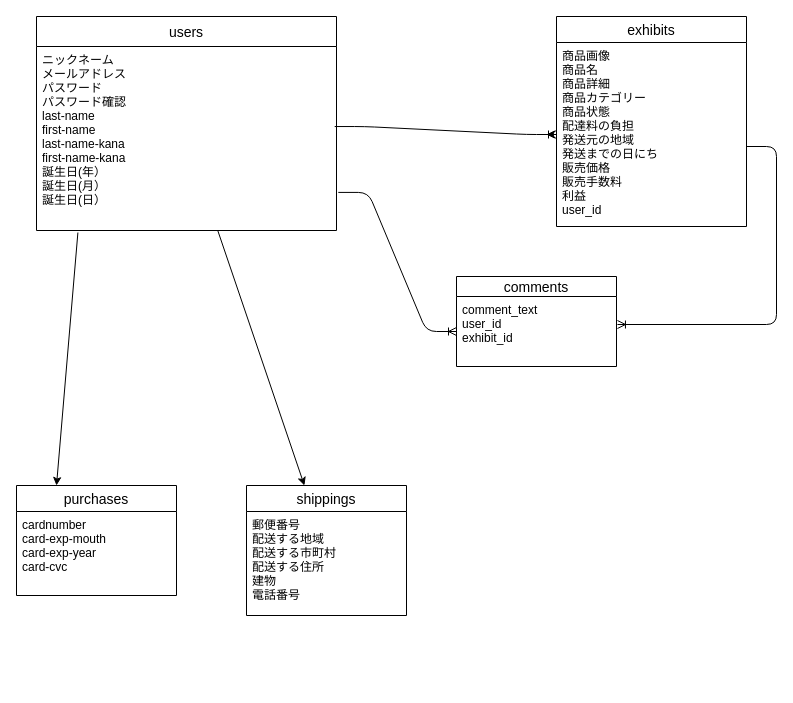
Earlier version of the draw.io diagram test.dio (youuoyman/furima-38285). Source tidied: cells renumbered, new cells numbered last; positions are measured from the earlier drawing's top-left corner, leaving out a move shared by most shapes. Both pictures are drawn from the tidied source at 100%, with x=0, y=0 at pixel (16, 16).
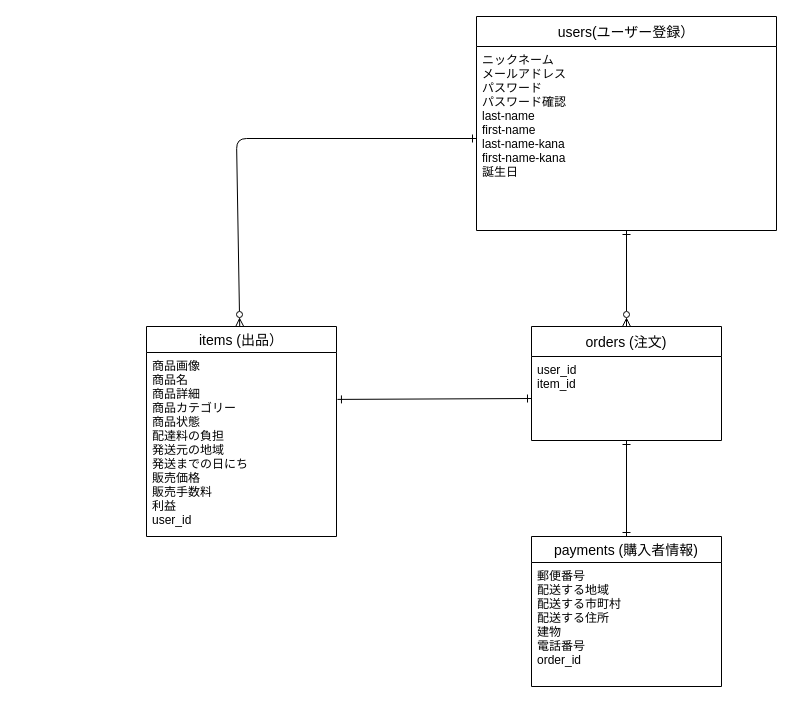
Above is the later version.

The edit, as a diff of the source:
```diff
@@
 <mxGraphModel>
   <root>
     <mxCell id="0" />
     <mxCell id="1" parent="0" />
-    <mxCell id="2" value="users" style="swimlane;fontStyle=0;horizontal=1;startSize=30;align=center;fontSize=14;" parent="1" vertex="1">
-      <mxGeometry x="20" width="300" height="214" as="geometry" />
+    <mxCell id="2" value="users(ユーザー登録）" style="swimlane;fontStyle=0;horizontal=1;startSize=30;align=center;fontSize=14;" parent="1" vertex="1">
+      <mxGeometry x="460" width="300" height="214" as="geometry" />
     </mxCell>
-    <mxCell id="3" value="ニックネーム&#10;メールアドレス&#10;パスワード&#10;パスワード確認&#10;last-name&#10;first-name&#10;last-name-kana&#10;first-name-kana&#10;誕生日(年）&#10;誕生日(月）&#10;誕生日(日）&#10;" style="text;strokeColor=none;fillColor=none;spacingLeft=4;spacingRight=4;overflow=hidden;points=[[0,0.5],[1,0.5]];portConstraint=eastwest;fontSize=12;" parent="2" vertex="1">
+    <mxCell id="3" value="ニックネーム&#10;メールアドレス&#10;パスワード&#10;パスワード確認&#10;last-name&#10;first-name&#10;last-name-kana&#10;first-name-kana&#10;誕生日&#10;" style="text;strokeColor=none;fillColor=none;spacingLeft=4;spacingRight=4;overflow=hidden;points=[[0,0.5],[1,0.5]];portConstraint=eastwest;fontSize=12;" parent="2" vertex="1">
       <mxGeometry y="30" width="300" height="184" as="geometry" />
     </mxCell>
+    <mxCell id="18" style="edgeStyle=none;html=1;entryX=0;entryY=0.5;entryDx=0;entryDy=0;startArrow=ERzeroToMany;startFill=0;endArrow=ERone;endFill=0;" parent="1" edge="1" source="4" target="3">
+      <mxGeometry relative="1" as="geometry">
+        <Array as="points">
+          <mxPoint x="220" y="122" />
+        </Array>
+      </mxGeometry>
+    </mxCell>
-    <mxCell id="4" value="exhibits" style="swimlane;fontStyle=0;horizontal=1;startSize=26;align=center;fontSize=14;" parent="1" vertex="1">
-      <mxGeometry x="540" width="190" height="210" as="geometry" />
+    <mxCell id="4" value="items (出品）" style="swimlane;fontStyle=0;horizontal=1;startSize=26;align=center;fontSize=14;" parent="1" vertex="1">
+      <mxGeometry x="130" y="310" width="190" height="210" as="geometry" />
     </mxCell>
-    <mxCell id="5" value="comments" style="swimlane;fontStyle=0;horizontal=1;startSize=20;align=center;fontSize=14;" parent="1" vertex="1">
-      <mxGeometry x="440" y="260" width="160" height="90" as="geometry" />
-    </mxCell>
-    <mxCell id="6" value="comment_text&#10;user_id&#10;exhibit_id" style="text;strokeColor=none;fillColor=none;spacingLeft=4;spacingRight=4;overflow=hidden;points=[[0,0.5],[1,0.5]];portConstraint=eastwest;fontSize=12;" parent="5" vertex="1">
-      <mxGeometry y="20" width="160" height="70" as="geometry" />
-    </mxCell>
+    <mxCell id="16" value="商品画像&#10;商品名&#10;商品詳細&#10;商品カテゴリー&#10;商品状態&#10;配達料の負担&#10;発送元の地域&#10;発送までの日にち&#10;販売価格&#10;販売手数料&#10;利益&#10;user_id&#10;" style="text;strokeColor=none;fillColor=none;spacingLeft=4;spacingRight=4;overflow=hidden;points=[[0,0.5],[1,0.5]];portConstraint=eastwest;fontSize=12;" parent="4" vertex="1">
+      <mxGeometry y="26" width="190" height="184" as="geometry" />
+    </mxCell>
-    <mxCell id="7" value="purchases" style="swimlane;fontStyle=0;horizontal=1;startSize=26;align=center;fontSize=14;" parent="1" vertex="1">
-      <mxGeometry y="469" width="160" height="110" as="geometry" />
+    <mxCell id="7" value="orders (注文)" style="swimlane;fontStyle=0;horizontal=1;startSize=30;align=center;fontSize=14;" parent="1" vertex="1">
+      <mxGeometry x="515" y="310" width="190" height="114" as="geometry" />
     </mxCell>
-    <mxCell id="8" value="cardnumber&#10;card-exp-mouth&#10;card-exp-year&#10;card-cvc" style="text;strokeColor=none;fillColor=none;spacingLeft=4;spacingRight=4;overflow=hidden;points=[[0,0.5],[1,0.5]];portConstraint=eastwest;fontSize=12;" parent="7" vertex="1">
-      <mxGeometry y="26" width="160" height="84" as="geometry" />
+    <mxCell id="8" value="user_id&#10;item_id" style="text;strokeColor=none;fillColor=none;spacingLeft=4;spacingRight=4;overflow=hidden;points=[[0,0.5],[1,0.5]];portConstraint=eastwest;fontSize=12;" parent="7" vertex="1">
+      <mxGeometry y="30" width="190" height="84" as="geometry" />
     </mxCell>
-    <mxCell id="9" value="shippings" style="swimlane;fontStyle=0;horizontal=1;startSize=26;align=center;fontSize=14;" parent="1" vertex="1">
-      <mxGeometry x="230" y="469" width="160" height="130" as="geometry" />
+    <mxCell id="9" value="payments (購入者情報)" style="swimlane;fontStyle=0;horizontal=1;startSize=26;align=center;fontSize=14;" parent="1" vertex="1">
+      <mxGeometry x="515" y="520" width="190" height="150" as="geometry" />
     </mxCell>
-    <mxCell id="10" value="郵便番号&#10;配送する地域&#10;配送する市町村&#10;配送する住所&#10;建物&#10;電話番号&#10;" style="text;strokeColor=none;fillColor=none;spacingLeft=4;spacingRight=4;overflow=hidden;fontSize=12;" parent="9" vertex="1">
-      <mxGeometry y="26" width="160" height="104" as="geometry" />
+    <mxCell id="10" value="郵便番号&#10;配送する地域&#10;配送する市町村&#10;配送する住所&#10;建物&#10;電話番号&#10;order_id" style="text;strokeColor=none;fillColor=none;spacingLeft=4;spacingRight=4;overflow=hidden;fontSize=12;" parent="9" vertex="1">
+      <mxGeometry y="26" width="190" height="124" as="geometry" />
     </mxCell>
-    <mxCell id="11" style="edgeStyle=entityRelationEdgeStyle;fontSize=12;html=1;endArrow=ERoneToMany;entryX=0;entryY=0.5;entryDx=0;entryDy=0;exitX=0.994;exitY=0.435;exitDx=0;exitDy=0;exitPerimeter=0;" parent="1" edge="1" source="3" target="16">
-      <mxGeometry relative="1" as="geometry" />
-    </mxCell>
-    <mxCell id="12" style="edgeStyle=entityRelationEdgeStyle;fontSize=12;html=1;endArrow=ERoneToMany;entryX=1.006;entryY=0.4;entryDx=0;entryDy=0;entryPerimeter=0;" parent="1" edge="1" target="6">
-      <mxGeometry relative="1" as="geometry">
-        <mxPoint x="730" y="130" as="sourcePoint" />
-      </mxGeometry>
-    </mxCell>
-    <mxCell id="13" style="edgeStyle=entityRelationEdgeStyle;fontSize=12;html=1;endArrow=ERoneToMany;entryX=0;entryY=0.5;entryDx=0;entryDy=0;exitX=1.006;exitY=0.793;exitDx=0;exitDy=0;exitPerimeter=0;" parent="1" edge="1" source="3" target="6">
-      <mxGeometry relative="1" as="geometry" />
-    </mxCell>
-    <mxCell id="14" style="edgeStyle=none;html=1;exitX=0.138;exitY=1.011;exitDx=0;exitDy=0;exitPerimeter=0;entryX=0.25;entryY=0;entryDx=0;entryDy=0;" parent="1" edge="1" source="3" target="7">
+    <mxCell id="14" style="edgeStyle=none;html=1;entryX=0.5;entryY=0;entryDx=0;entryDy=0;startArrow=ERone;startFill=0;endArrow=ERzeroToMany;endFill=0;" parent="1" edge="1" source="3" target="7">
       <mxGeometry relative="1" as="geometry" />
     </mxCell>
-    <mxCell id="15" style="edgeStyle=none;html=1;exitX=0;exitY=0.5;exitDx=0;exitDy=0;" parent="1" edge="1" source="16">
-      <mxGeometry relative="1" as="geometry">
-        <mxPoint x="530" y="118" as="targetPoint" />
-      </mxGeometry>
-    </mxCell>
-    <mxCell id="16" value="商品画像&#10;商品名&#10;商品詳細&#10;商品カテゴリー&#10;商品状態&#10;配達料の負担&#10;発送元の地域&#10;発送までの日にち&#10;販売価格&#10;販売手数料&#10;利益&#10;user_id&#10;" style="text;strokeColor=none;fillColor=none;spacingLeft=4;spacingRight=4;overflow=hidden;points=[[0,0.5],[1,0.5]];portConstraint=eastwest;fontSize=12;" parent="1" vertex="1">
-      <mxGeometry x="540" y="26" width="190" height="184" as="geometry" />
-    </mxCell>
-    <mxCell id="17" style="edgeStyle=none;html=1;" parent="1" edge="1" source="3" target="9">
-      <mxGeometry relative="1" as="geometry" />
-    </mxCell>
+    <mxCell id="19" style="edgeStyle=none;html=1;entryX=0;entryY=0.5;entryDx=0;entryDy=0;startArrow=ERone;startFill=0;endArrow=ERone;endFill=0;exitX=1.005;exitY=0.255;exitDx=0;exitDy=0;exitPerimeter=0;" parent="1" edge="1" source="16" target="8">
+      <mxGeometry relative="1" as="geometry" />
+    </mxCell>
+    <mxCell id="20" style="edgeStyle=none;html=1;entryX=0.5;entryY=0;entryDx=0;entryDy=0;startArrow=ERone;startFill=0;endArrow=ERone;endFill=0;" parent="1" edge="1" source="8" target="9">
+      <mxGeometry relative="1" as="geometry" />
+    </mxCell>
   </root>
 </mxGraphModel>
```
